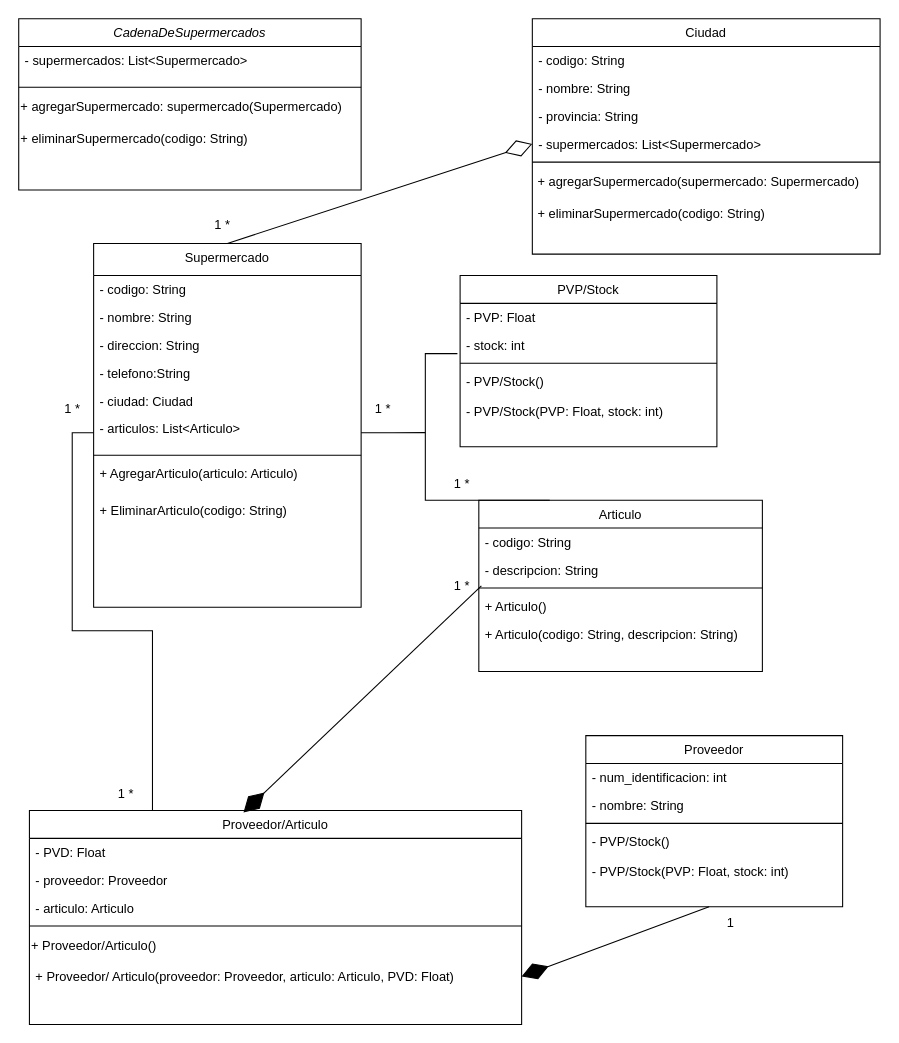
The draw.io diagram cadena_de_supermercados_3.drawio in vitoriadelanachaves/uml_class_diagram, before the edit. Source tidied: cells renumbered, new cells numbered last; positions are measured from the earlier drawing's top-left corner, leaving out a move shared by most shapes. Both pictures are drawn from the tidied source at 107%, with x=0, y=0 at pixel (18, 18).
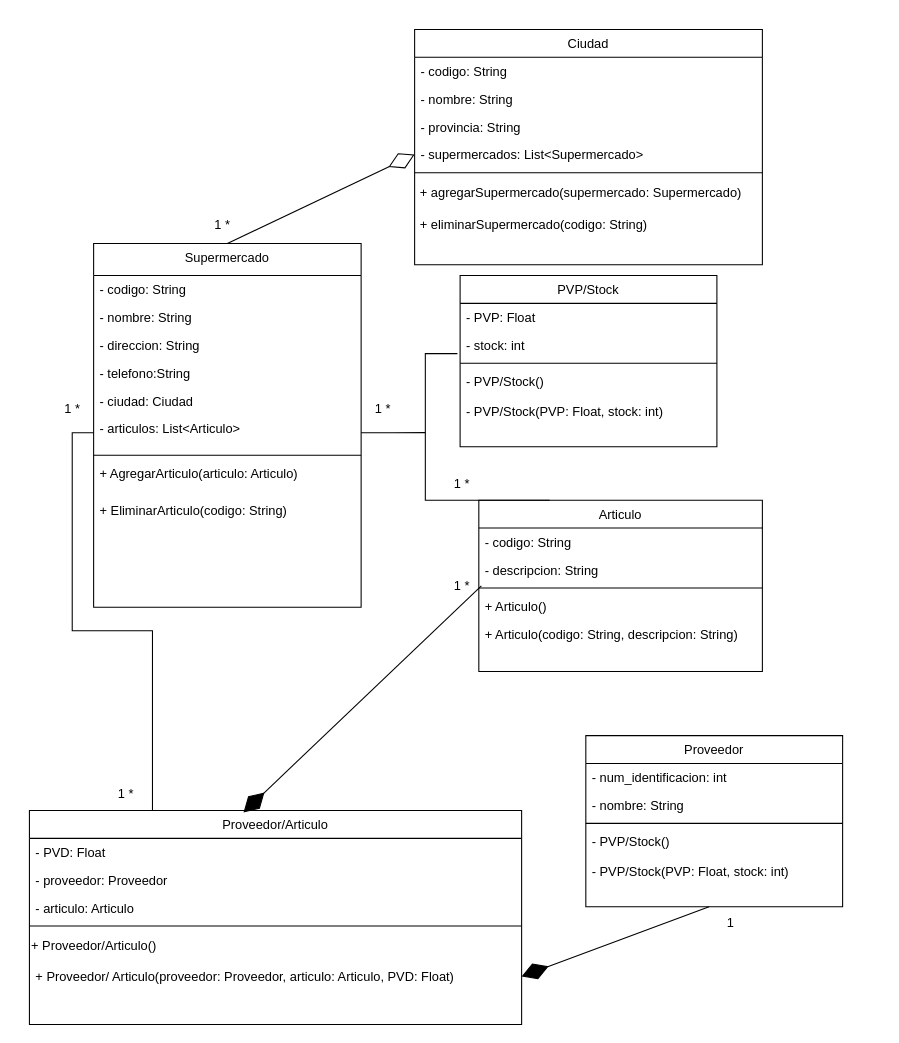
After the change.

What changed in the source:
```diff
@@
-    <mxCell id="2" value="CadenaDeSupermercados" style="swimlane;fontStyle=2;align=center;verticalAlign=top;horizontal=1;startSize=26;rounded=0;shadow=0;strokeWidth=1;" parent="1" vertex="1">
-      <mxGeometry width="320" height="160" as="geometry" />
-    </mxCell>
-    <mxCell id="3" value="- supermercados: List&lt;Supermercado&gt;" style="text;align=left;verticalAlign=top;spacingLeft=4;spacingRight=4;overflow=hidden;" parent="2" vertex="1">
-      <mxGeometry y="26" width="320" height="34" as="geometry" />
-    </mxCell>
-    <mxCell id="4" style="line;html=1;strokeWidth=1;align=left;verticalAlign=middle;spacingTop=-1;spacingLeft=3;spacingRight=3;labelPosition=right;" parent="2" vertex="1">
-      <mxGeometry y="60" width="320" height="8" as="geometry" />
-    </mxCell>
-    <mxCell id="5" value="+ agregarSupermercado: supermercado(Supermercado)" style="text;html=1;align=left;verticalAlign=middle;strokeColor=none;fillColor=none;" parent="2" vertex="1">
-      <mxGeometry y="68" width="320" height="30" as="geometry" />
-    </mxCell>
-    <mxCell id="6" value="+ eliminarSupermercado(codigo: String)" style="text;html=1;align=left;verticalAlign=middle;strokeColor=none;fillColor=none;" parent="2" vertex="1">
-      <mxGeometry y="98" width="320" height="30" as="geometry" />
-    </mxCell>
     <mxCell id="7" value="Ciudad" style="swimlane;fontStyle=0;align=center;verticalAlign=top;horizontal=1;startSize=26;rounded=0;shadow=0;strokeWidth=1;" parent="1" vertex="1">
-      <mxGeometry x="480" width="325" height="220" as="geometry" />
+      <mxGeometry x="370" y="10" width="325" height="220" as="geometry" />
     </mxCell>
```
